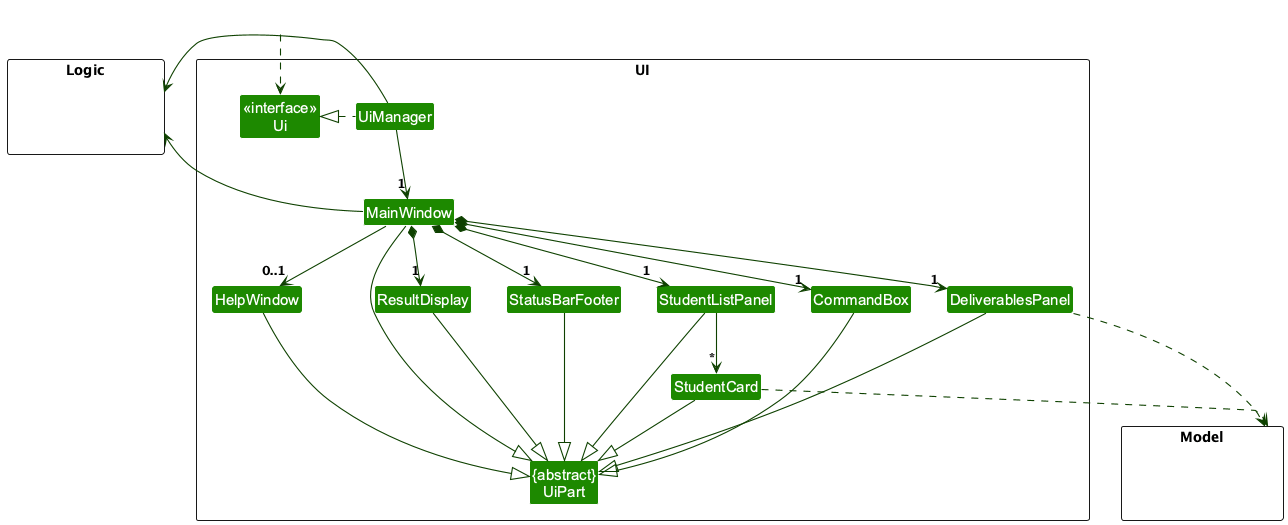
The PlantUML diagram docs/images/UiClassDiagram.png in AY2627S1-CS2103-F11-1/tp, before a commit. Its source is kept beside it as docs/diagrams/UiClassDiagram.puml. Source of this version:
```plantuml
@startuml
!include style.puml
skinparam arrowThickness 1.1
skinparam arrowColor UI_COLOR_T4
skinparam classBackgroundColor UI_COLOR

package UI <<Rectangle>>{
Class "<<interface>>\nUi" as Ui
Class "{abstract}\nUiPart" as UiPart
Class UiManager
Class MainWindow
Class HelpWindow
Class ResultDisplay
Class StudentListPanel
Class StudentCard
Class DeliverablesPanel
Class StatusBarFooter
Class CommandBox
}

package Model <<Rectangle>> {
Class HiddenModel #FFFFFF
}

package Logic <<Rectangle>> {
Class HiddenLogic #FFFFFF
}

Class HiddenOutside #FFFFFF
HiddenOutside ..> Ui

UiManager .left.|> Ui
UiManager -down-> "1" MainWindow
MainWindow *-down->  "1" CommandBox
MainWindow *-down-> "1" ResultDisplay
MainWindow *-down-> "1" StudentListPanel
MainWindow *-down-> "1" DeliverablesPanel
MainWindow *-down-> "1" StatusBarFooter
MainWindow --> "0..1" HelpWindow

StudentListPanel -down-> "*" StudentCard

MainWindow -left-|> UiPart

ResultDisplay --|> UiPart
CommandBox --|> UiPart
StudentListPanel --|> UiPart
StudentCard --|> UiPart
DeliverablesPanel --|> UiPart
StatusBarFooter --|> UiPart
HelpWindow --|> UiPart

StudentCard ..> Model
DeliverablesPanel ..> Model
UiManager -right-> Logic
MainWindow -left-> Logic

StudentListPanel -[hidden]left- HelpWindow
HelpWindow -[hidden]left- CommandBox
CommandBox -[hidden]left- ResultDisplay
ResultDisplay -[hidden]left- DeliverablesPanel
DeliverablesPanel -[hidden]left- StatusBarFooter

MainWindow -[hidden]-|> UiPart
@enduml
```
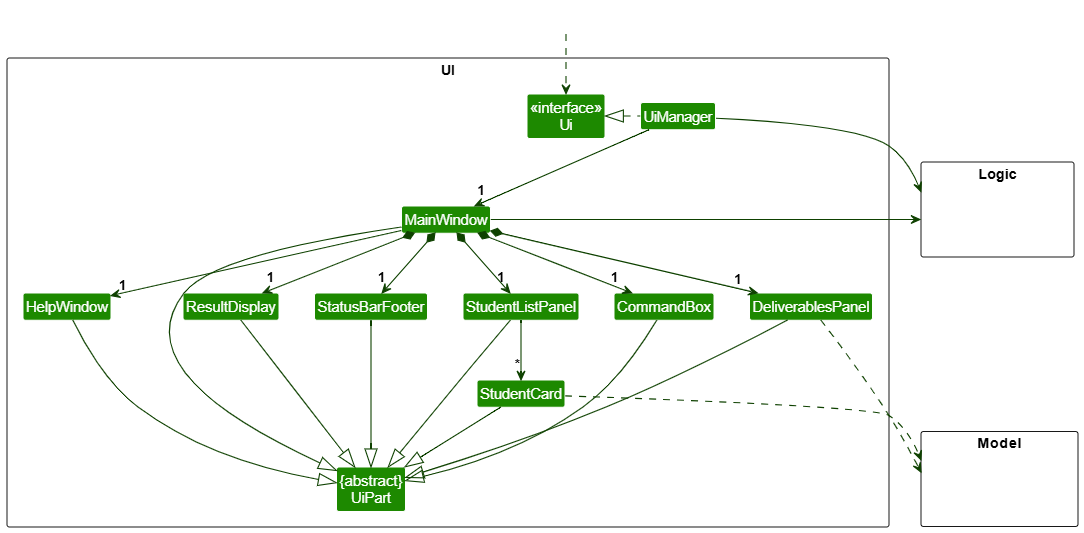
The same diagram one commit later.

Commit message:
Fix Ui Class Diagram

Change to the diagram source:
```diff
@@ -36,7 +36,7 @@
 MainWindow *-down-> "1" StudentListPanel
 MainWindow *-down-> "1" DeliverablesPanel
 MainWindow *-down-> "1" StatusBarFooter
-MainWindow --> "0..1" HelpWindow
+MainWindow --> "1" HelpWindow
 
 StudentListPanel -down-> "*" StudentCard
 
```
